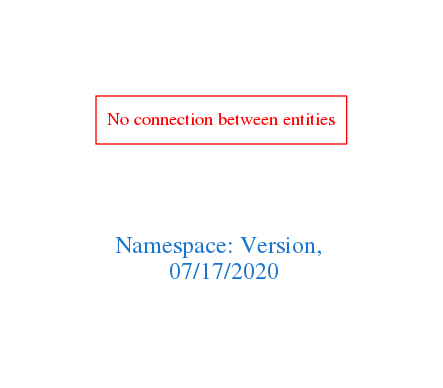
Before: downloads/Version.png, a diagram exported from Graphviz (arago/OGIT). Its source is kept beside it as downloads/Version.dot.
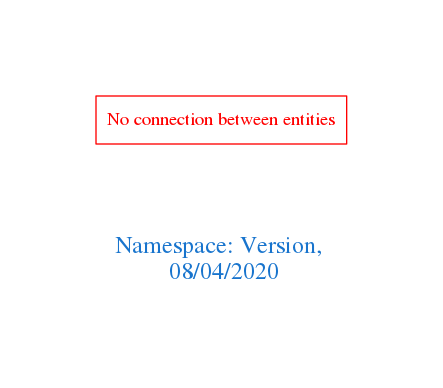
Above is the later version.

The edit, as a diff of the source:
```diff
@@ -1,7 +1,7 @@
 digraph OGIT_ontology {
  graph [ rankdir= LR,pad=1
 fontsize = 18,
-fontcolor= dodgerblue3,label = "\n\n\nNamespace: Version, \n 07/17/2020"];
+fontcolor= dodgerblue3,label = "\n\n\nNamespace: Version, \n 08/04/2020"];
 node[shape=polygon];
 edge [  color="gray81"];
 
```
